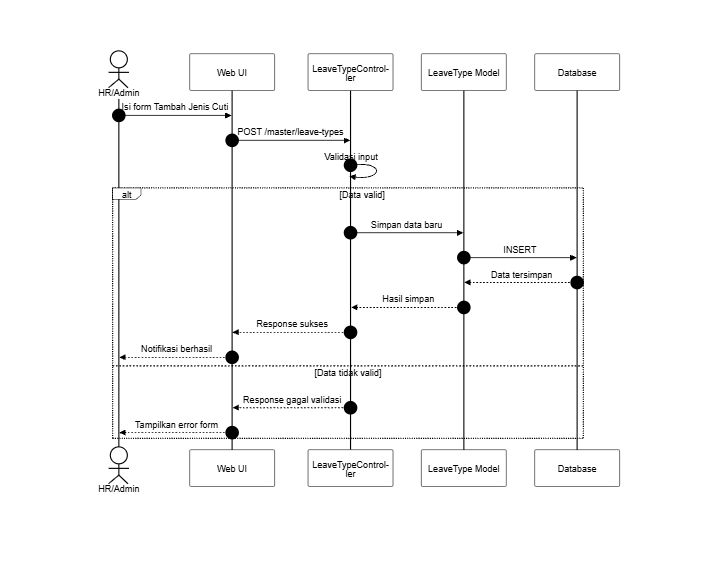
The Mermaid diagram docs/SequenceDiagram/PNG_Transparent/DataMasterJenisCuti-TambahJenisCuti.png in SulaimanHafi23/SimpegRSHDI, before a commit. Its source is kept beside it as docs/SequenceDiagram/DataMasterJenisCuti-TambahJenisCuti.mermaid. The source it was exported from:
```mermaid
%%{init: {"theme": "base", "themeVariables": {"background": "#dddddd", "primaryColor": "#ffffff", "primaryBorderColor": "#000000", "primaryTextColor": "#000000", "lineColor": "#000000", "textColor": "#000000", "actorBkg": "#ffffff", "actorBorder": "#000000", "actorTextColor": "#000000", "activationBkgColor": "#ffffff", "activationBorderColor": "#000000", "signalColor": "#000000", "signalTextColor": "#000000", "labelBoxBkgColor": "#ffffff", "labelBoxBorderColor": "#000000", "labelTextColor": "#000000", "sequenceNumberColor": "#000000", "noteBkgColor": "#ffffff", "noteBorderColor": "#000000", "noteTextColor": "#000000"}, "sequence": {"useMaxWidth": true, "wrap": true, "messageFontSize": 12, "noteFontSize": 12}}}%%
sequenceDiagram
    autonumber
    actor A as HR/Admin
    participant UI as Web UI
    participant C as LeaveTypeController
    participant M as LeaveType Model
    participant DB as Database

    A->>UI: Isi form Tambah Jenis Cuti
    UI->>C: POST /master/leave-types
    C->>C: Validasi input
    alt Data valid
        C->>M: Simpan data baru
        M->>DB: INSERT
        DB-->>M: Data tersimpan
        M-->>C: Hasil simpan
        C-->>UI: Response sukses
        UI-->>A: Notifikasi berhasil
    else Data tidak valid
        C-->>UI: Response gagal validasi
        UI-->>A: Tampilkan error form
    end
```
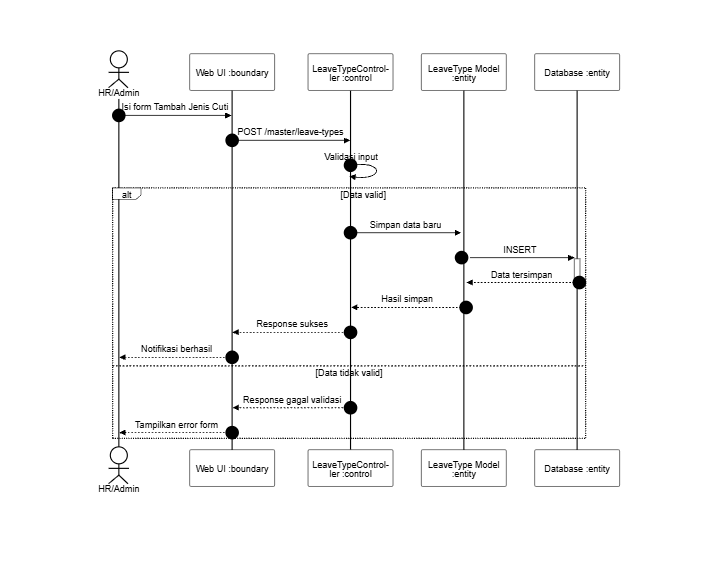
The same diagram one commit later.

The edit, as a diff of the source:
```diff
@@ -2,18 +2,18 @@
 sequenceDiagram
     autonumber
     actor A as HR/Admin
-    participant UI as Web UI
-    participant C as LeaveTypeController
-    participant M as LeaveType Model
-    participant DB as Database
+    participant UI as Web UI :boundary
+    participant C as LeaveTypeController :control
+    participant M as LeaveType Model :entity
+    participant DB as Database :entity
 
     A->>UI: Isi form Tambah Jenis Cuti
     UI->>C: POST /master/leave-types
     C->>C: Validasi input
     alt Data valid
-        C->>M: Simpan data baru
-        M->>DB: INSERT
-        DB-->>M: Data tersimpan
+        C->>+M: Simpan data baru
+        M->>+DB: INSERT
+        DB-->>-M: Data tersimpan
         M-->>C: Hasil simpan
         C-->>UI: Response sukses
         UI-->>A: Notifikasi berhasil
```
